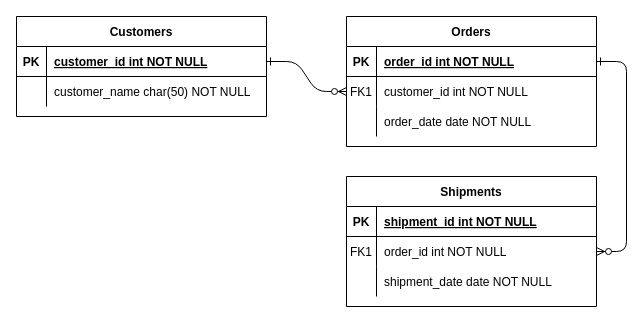
The draw.io diagram SocioBayERD.drawio in VinCoD/ERDs, before the edit. Source tidied: cells renumbered, new cells numbered last; positions are measured from the earlier drawing's top-left corner, leaving out a move shared by most shapes. Both pictures are drawn from the tidied source at 100%, with x=0, y=0 at pixel (16, 16).
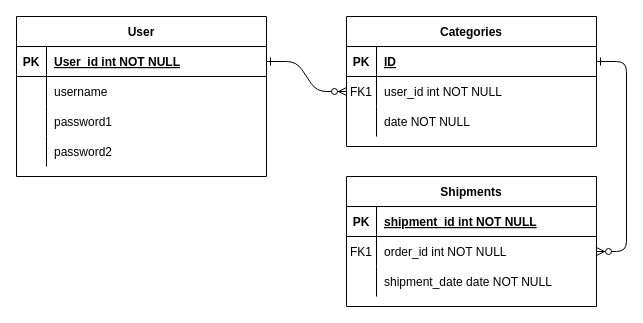
The same diagram, later.

Commit message:
created User and Categories tables

The change refers to these unchanged cells:
```xml
<mxCell id="5" style="shape=partialRectangle;fillColor=none;points=[[0,0.5],[1,0.5]];portConstraint=eastwest;top=0;left=0;right=0;bottom=1;" parent="4" vertex="1">
  <mxGeometry y="30" width="250" height="30" as="geometry" />
</mxCell>
<mxCell id="8" style="shape=partialRectangle;fillColor=none;points=[[0,0.5],[1,0.5]];portConstraint=eastwest;top=0;left=0;right=0;bottom=0;" parent="4" vertex="1">
  <mxGeometry y="60" width="250" height="30" as="geometry" />
</mxCell>
<mxCell id="11" style="shape=partialRectangle;fillColor=none;top=0;left=0;right=0;bottom=0;" parent="4" vertex="1">
  <mxGeometry y="90" width="250" height="30" as="geometry" />
</mxCell>
<mxCell id="25" style="shape=partialRectangle;fillColor=none;points=[[0,0.5],[1,0.5]];portConstraint=eastwest;top=0;left=0;right=0;bottom=1;" parent="24" vertex="1">
  <mxGeometry y="30" width="250" height="30" as="geometry" />
</mxCell>
<mxCell id="28" style="shape=partialRectangle;fillColor=none;top=0;left=0;right=0;bottom=0;" parent="24" vertex="1">
  <mxGeometry y="60" width="250" height="30" as="geometry" />
</mxCell>
```

The edit, as a diff of the source:
```diff
@@
-    <mxCell id="4" value="Orders" style="shape=table;startSize=30;childLayout=tableLayout;rowLines=0;fontStyle=1;align=center;" parent="1" vertex="1">
+    <mxCell id="4" value="Categories" style="shape=table;startSize=30;childLayout=tableLayout;rowLines=0;fontStyle=1;align=center;" parent="1" vertex="1">
       <mxGeometry x="330" width="250" height="130" as="geometry" />
     </mxCell>
@@
-    <mxCell id="7" value="order_id int NOT NULL " style="shape=partialRectangle;overflow=hidden;fillColor=none;top=0;left=0;bottom=0;right=0;align=left;spacingLeft=6;fontStyle=5;" parent="5" vertex="1">
+    <mxCell id="7" value="ID" style="shape=partialRectangle;overflow=hidden;fillColor=none;top=0;left=0;bottom=0;right=0;align=left;spacingLeft=6;fontStyle=5;" parent="5" vertex="1">
       <mxGeometry x="30" width="220" height="30" as="geometry" />
     </mxCell>
@@
-    <mxCell id="10" value="customer_id int NOT NULL" style="shape=partialRectangle;overflow=hidden;fillColor=none;top=0;left=0;bottom=0;right=0;align=left;spacingLeft=6;" parent="8" vertex="1">
+    <mxCell id="10" value="user_id int NOT NULL" style="shape=partialRectangle;overflow=hidden;fillColor=none;top=0;left=0;bottom=0;right=0;align=left;spacingLeft=6;" parent="8" vertex="1">
       <mxGeometry x="30" width="220" height="30" as="geometry" />
     </mxCell>
@@
-    <mxCell id="13" value="order_date date NOT NULL" style="shape=partialRectangle;overflow=hidden;fillColor=none;top=0;left=0;bottom=0;right=0;align=left;spacingLeft=6;" parent="11" vertex="1">
+    <mxCell id="13" value="date NOT NULL" style="shape=partialRectangle;overflow=hidden;fillColor=none;top=0;left=0;bottom=0;right=0;align=left;spacingLeft=6;" parent="11" vertex="1">
       <mxGeometry x="30" width="220" height="30" as="geometry" />
     </mxCell>
@@
-    <mxCell id="24" value="Customers" style="shape=table;startSize=30;childLayout=tableLayout;rowLines=0;fontStyle=1;align=center;" parent="1" vertex="1">
-      <mxGeometry width="250" height="100" as="geometry" />
+    <mxCell id="24" value="User" style="shape=table;startSize=30;childLayout=tableLayout;rowLines=0;fontStyle=1;align=center;" parent="1" vertex="1">
+      <mxGeometry width="250" height="160" as="geometry" />
     </mxCell>
@@
-    <mxCell id="27" value="customer_id int NOT NULL " style="shape=partialRectangle;overflow=hidden;fillColor=none;top=0;left=0;bottom=0;right=0;align=left;spacingLeft=6;fontStyle=5;" parent="25" vertex="1">
+    <mxCell id="27" value="User_id int NOT NULL " style="shape=partialRectangle;overflow=hidden;fillColor=none;top=0;left=0;bottom=0;right=0;align=left;spacingLeft=6;fontStyle=5;" parent="25" vertex="1">
       <mxGeometry x="30" width="220" height="30" as="geometry" />
     </mxCell>
@@
-    <mxCell id="30" value="customer_name char(50) NOT NULL" style="shape=partialRectangle;overflow=hidden;fillColor=none;top=0;left=0;bottom=0;right=0;align=left;spacingLeft=6;" parent="28" vertex="1">
+    <mxCell id="30" value="username" style="shape=partialRectangle;overflow=hidden;fillColor=none;top=0;left=0;bottom=0;right=0;align=left;spacingLeft=6;" parent="28" vertex="1">
       <mxGeometry x="30" width="220" height="30" as="geometry" />
     </mxCell>
+    <mxCell id="31" style="shape=partialRectangle;fillColor=none;top=0;left=0;right=0;bottom=0;" parent="24" vertex="1">
+      <mxGeometry y="90" width="250" height="30" as="geometry" />
+    </mxCell>
+    <mxCell id="32" style="shape=partialRectangle;overflow=hidden;fillColor=none;top=0;left=0;bottom=0;right=0;" parent="31" vertex="1">
+      <mxGeometry width="30" height="30" as="geometry" />
+    </mxCell>
+    <mxCell id="33" value="password1" style="shape=partialRectangle;overflow=hidden;fillColor=none;top=0;left=0;bottom=0;right=0;align=left;spacingLeft=6;" parent="31" vertex="1">
+      <mxGeometry x="30" width="220" height="30" as="geometry" />
+    </mxCell>
+    <mxCell id="34" style="shape=partialRectangle;fillColor=none;top=0;left=0;right=0;bottom=0;" parent="24" vertex="1">
+      <mxGeometry y="120" width="250" height="30" as="geometry" />
+    </mxCell>
+    <mxCell id="35" style="shape=partialRectangle;overflow=hidden;fillColor=none;top=0;left=0;bottom=0;right=0;" parent="34" vertex="1">
+      <mxGeometry width="30" height="30" as="geometry" />
+    </mxCell>
+    <mxCell id="36" value="password2" style="shape=partialRectangle;overflow=hidden;fillColor=none;top=0;left=0;bottom=0;right=0;align=left;spacingLeft=6;" parent="34" vertex="1">
+      <mxGeometry x="30" width="220" height="30" as="geometry" />
+    </mxCell>
```
